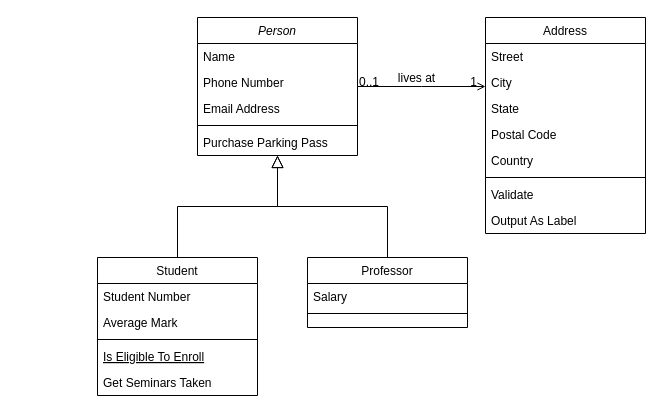
Above: Untitled Diagram.drawio in xiusan/all-search (draw.io), before the change. Source tidied: cells renumbered, new cells numbered last; positions are measured from the earlier drawing's top-left corner, leaving out a move shared by most shapes. Both pictures are drawn from the tidied source at 100%, with x=0, y=0 at pixel (97, 17).
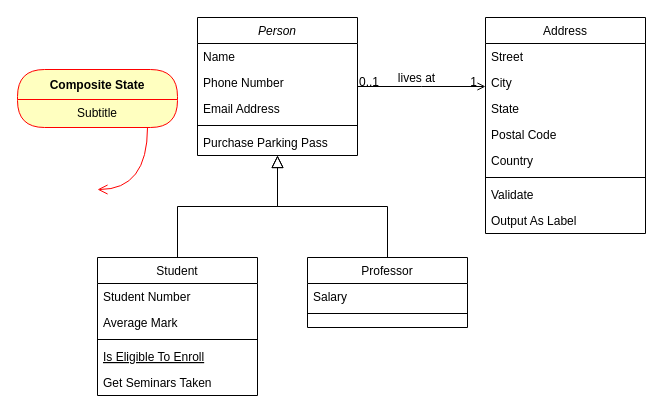
Above is the later version.

The edit, as a diff of the source:
```diff
@@
+    <mxCell id="32" value="Composite State" style="swimlane;fontStyle=1;align=center;verticalAlign=middle;horizontal=1;startSize=30;fontColor=#000000;rounded=1;arcSize=30;strokeColor=#ff0000;fillColor=#ffffc0;swimlaneFillColor=#ffffc0;" parent="1" vertex="1">
+      <mxGeometry x="-80" y="52" width="160" height="58" as="geometry" />
+    </mxCell>
+    <mxCell id="33" value="Subtitle" style="text;html=1;strokeColor=none;fillColor=none;align=center;verticalAlign=middle;spacingLeft=4;spacingRight=4;whiteSpace=wrap;overflow=hidden;fontColor=#000000;" parent="32" vertex="1">
+      <mxGeometry y="30" width="160" height="28" as="geometry" />
+    </mxCell>
+    <mxCell id="34" style="edgeStyle=orthogonalEdgeStyle;html=1;verticalAlign=bottom;endArrow=open;endSize=8;strokeColor=#ff0000;curved=1;" parent="1" edge="1" source="32">
+      <mxGeometry relative="1" as="geometry">
+        <mxPoint y="172" as="targetPoint" />
+        <Array as="points">
+          <mxPoint x="50" y="172" />
+        </Array>
+      </mxGeometry>
+    </mxCell>
```
